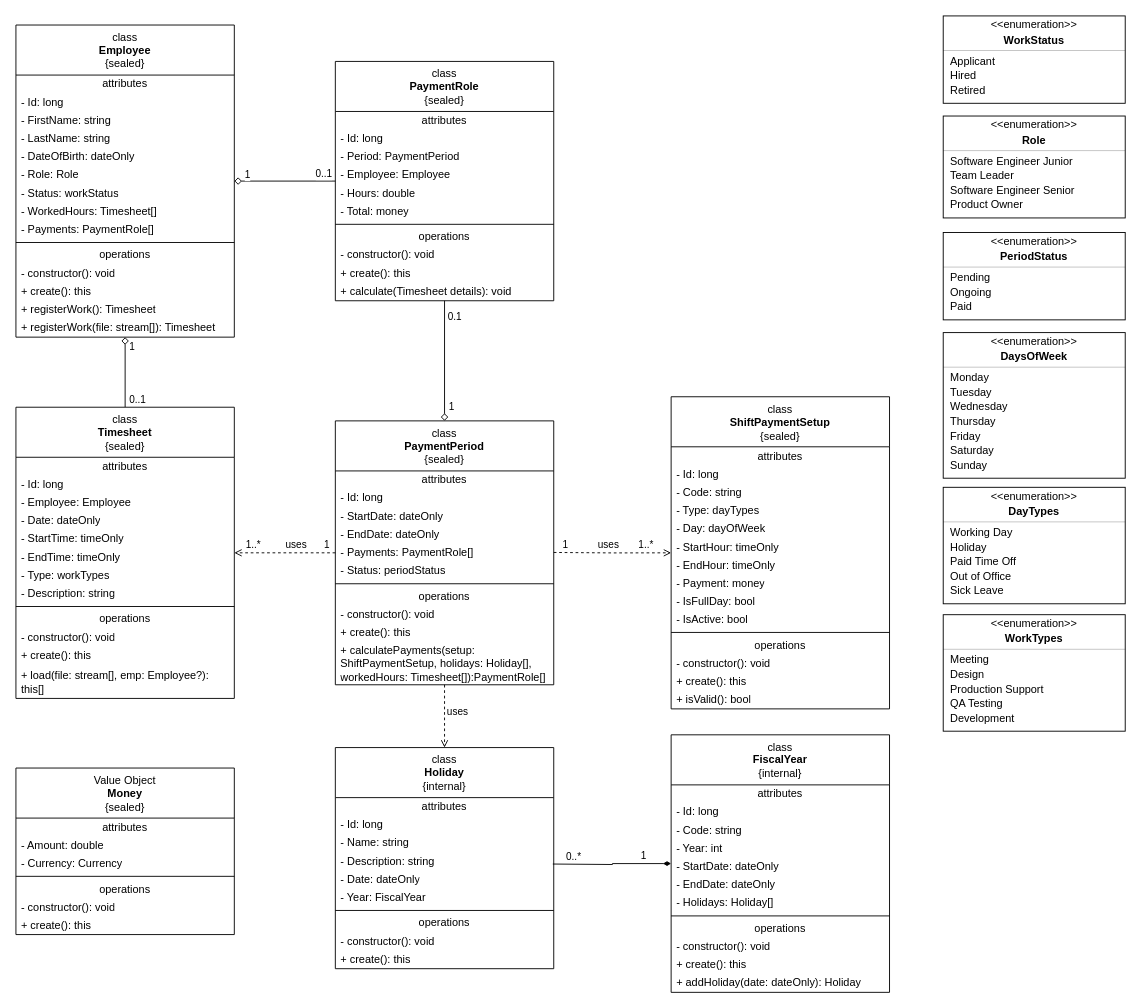
This is docs/diagrams/PaymentRole-app.drawio from rsmacias/PaymentCalculator, a draw.io file, before an edit. Source tidied: cells renumbered, new cells numbered last; positions are measured from the earlier drawing's top-left corner, leaving out a move shared by most shapes. Both pictures are drawn from the tidied source at 91%, with x=0, y=0 at pixel (15, 15).
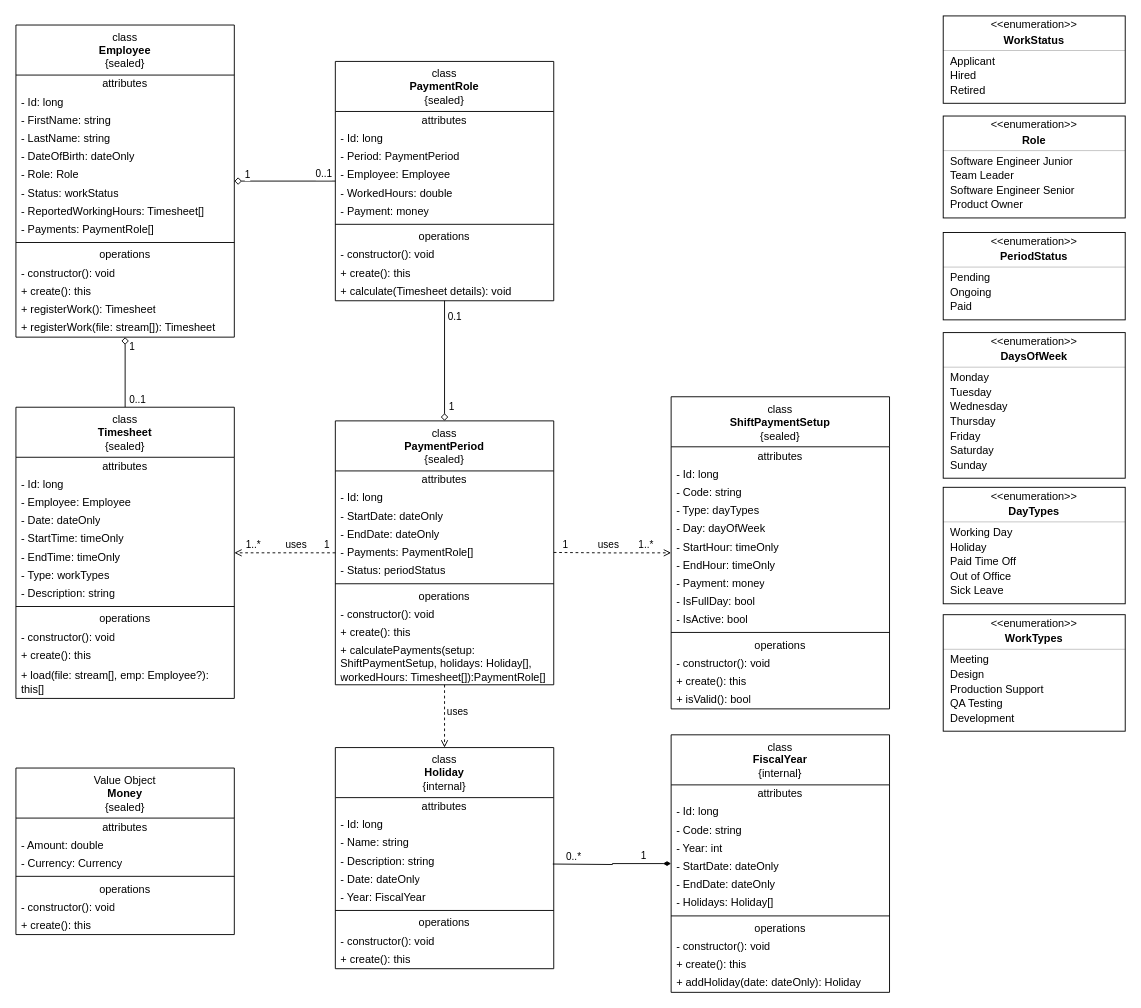
Above is the later version.

Commit message (it also covers changes not shown here):
refactor(diagram): adjusted according the recent changes.

Unchanged cells that the change refers to:
```xml
<mxCell id="5" value="class&lt;br&gt;&lt;b&gt;Employee&lt;/b&gt;&lt;br&gt;{sealed}" style="swimlane;fontStyle=0;align=center;verticalAlign=top;horizontal=1;startSize=55;html=1;whiteSpace=wrap;" parent="1" vertex="1">
  <mxGeometry y="10" width="240" height="343" as="geometry" />
</mxCell>
<mxCell id="35" value="class&lt;br&gt;&lt;b&gt;PaymentRole&lt;/b&gt;&lt;br&gt;{sealed}" style="swimlane;fontStyle=0;align=center;verticalAlign=top;horizontal=1;startSize=55;html=1;whiteSpace=wrap;" parent="1" vertex="1">
  <mxGeometry x="351" y="50" width="240" height="263" as="geometry" />
</mxCell>
```

Change to the diagram source:
```diff
@@
-    <mxCell id="13" value="- WorkedHours: Timesheet[]" style="text;html=1;strokeColor=none;fillColor=none;align=left;verticalAlign=middle;spacingLeft=4;spacingRight=4;overflow=hidden;whiteSpace=wrap;" parent="5" vertex="1">
+    <mxCell id="13" value="- ReportedWorkingHours: Timesheet[]" style="text;html=1;strokeColor=none;fillColor=none;align=left;verticalAlign=middle;spacingLeft=4;spacingRight=4;overflow=hidden;whiteSpace=wrap;" parent="5" vertex="1">
       <mxGeometry y="195" width="240" height="20" as="geometry" />
     </mxCell>
@@
-    <mxCell id="40" value="- Hours: double" style="text;html=1;strokeColor=none;fillColor=none;align=left;verticalAlign=middle;spacingLeft=4;spacingRight=4;overflow=hidden;whiteSpace=wrap;" parent="35" vertex="1">
+    <mxCell id="40" value="- WorkedHours: double" style="text;html=1;strokeColor=none;fillColor=none;align=left;verticalAlign=middle;spacingLeft=4;spacingRight=4;overflow=hidden;whiteSpace=wrap;" parent="35" vertex="1">
       <mxGeometry y="135" width="240" height="20" as="geometry" />
     </mxCell>
-    <mxCell id="41" value="- Total: money" style="text;html=1;strokeColor=none;fillColor=none;align=left;verticalAlign=middle;spacingLeft=4;spacingRight=4;overflow=hidden;whiteSpace=wrap;" parent="35" vertex="1">
+    <mxCell id="41" value="- Payment: money" style="text;html=1;strokeColor=none;fillColor=none;align=left;verticalAlign=middle;spacingLeft=4;spacingRight=4;overflow=hidden;whiteSpace=wrap;" parent="35" vertex="1">
       <mxGeometry y="155" width="240" height="20" as="geometry" />
     </mxCell>
```
